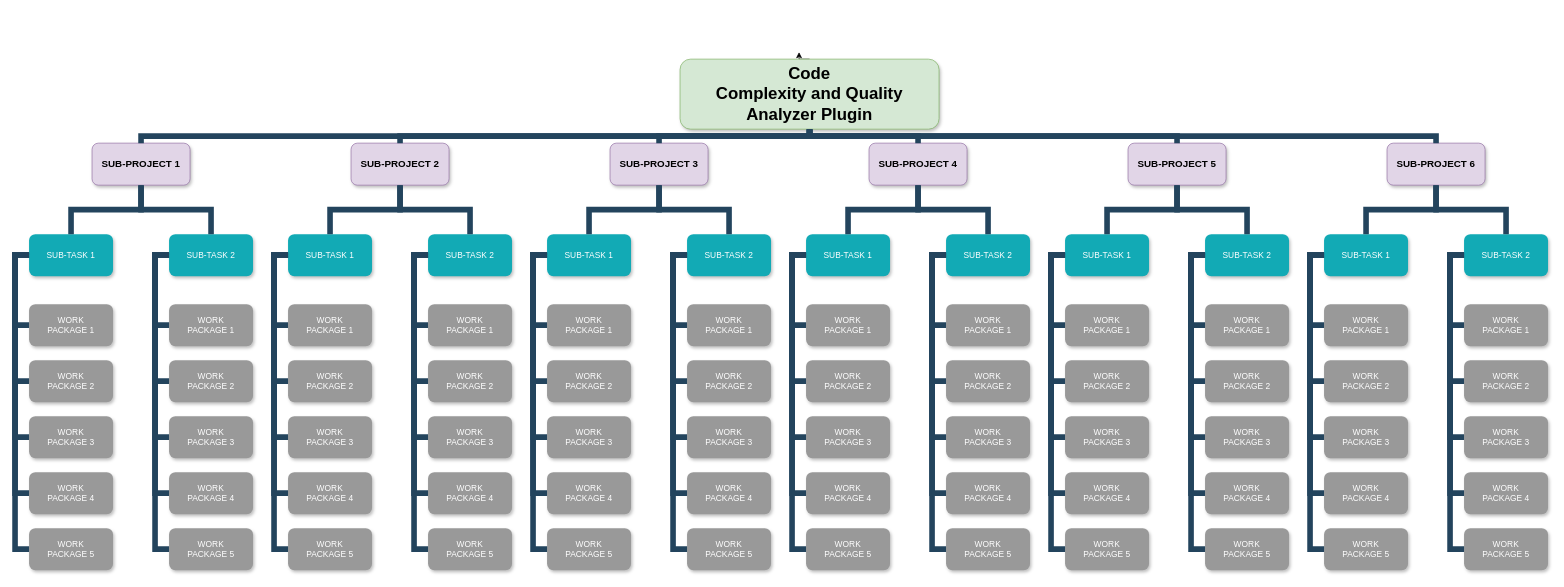
Above: Untitled Diagram.drawio in rovinyawijeramaofficial/ResearchProposalReport (draw.io), before the change. Source tidied: cells renumbered, new cells numbered last; positions are measured from the earlier drawing's top-left corner, leaving out a move shared by most shapes. Both pictures are drawn from the tidied source at 70%, with x=0, y=0 at pixel (15, 52).
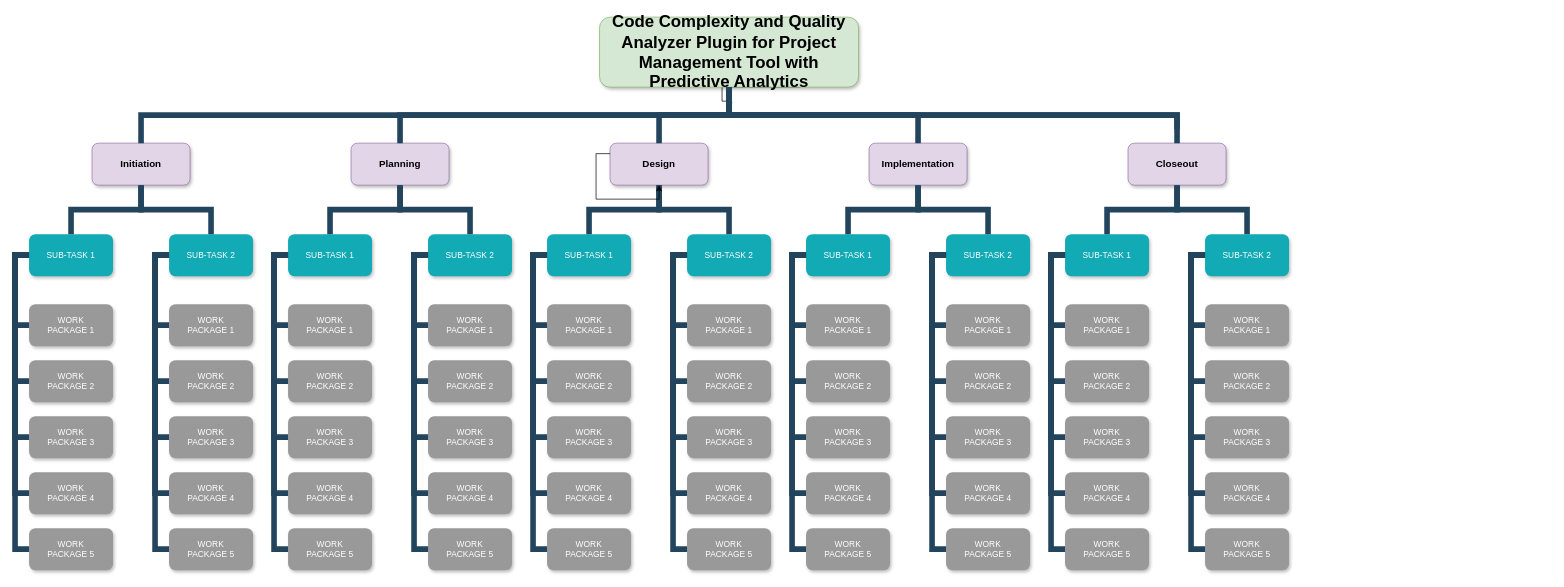
The same page after the edit.

The edit, as a diff of the source:
```diff
@@
     <mxCell id="2" style="edgeStyle=orthogonalEdgeStyle;rounded=0;jettySize=auto;html=1;exitX=1;exitY=0.5;exitDx=0;exitDy=0;" parent="1" edge="1" source="4">
       <mxGeometry relative="1" as="geometry">
-        <mxPoint x="1310" y="40" as="targetPoint" />
+        <mxPoint x="1020" y="80" as="targetPoint" />
+        <Array as="points">
+          <mxPoint x="1010" />
+          <mxPoint x="1010" y="70" />
+          <mxPoint x="1021" y="70" />
+          <mxPoint x="1021" y="80" />
+        </Array>
       </mxGeometry>
     </mxCell>
     <mxCell id="3" style="edgeStyle=orthogonalEdgeStyle;rounded=0;jettySize=auto;html=1;exitX=0.5;exitY=0;exitDx=0;exitDy=0;" parent="1" edge="1" source="4">
       <mxGeometry relative="1" as="geometry">
         <mxPoint x="1120" as="targetPoint" />
+        <Array as="points">
+          <mxPoint x="1020" y="50" />
+          <mxPoint x="1121" y="50" />
+          <mxPoint x="1121" />
+        </Array>
       </mxGeometry>
     </mxCell>
-    <mxCell id="4" value="Code&#10;Complexity and Quality Analyzer Plugin" style="whiteSpace=wrap;rounded=1;shadow=1;fillColor=#d5e8d4;strokeColor=#82b366;fontStyle=1;fontSize=24;" parent="1" vertex="1">
-      <mxGeometry x="950" y="10" width="370" height="100" as="geometry" />
+    <mxCell id="4" value="Code Complexity and Quality Analyzer Plugin for Project Management Tool with Predictive Analytics" style="whiteSpace=wrap;rounded=1;shadow=1;fillColor=#d5e8d4;strokeColor=#82b366;fontStyle=1;fontSize=24;" parent="1" vertex="1">
+      <mxGeometry x="835" y="-50" width="370" height="100" as="geometry" />
     </mxCell>
-    <mxCell id="5" value="SUB-PROJECT 1" style="whiteSpace=wrap;rounded=1;fillColor=#e1d5e7;strokeColor=#9673a6;shadow=1;fontStyle=1;fontSize=14;" parent="1" vertex="1">
+    <mxCell id="5" value="Initiation" style="whiteSpace=wrap;rounded=1;fillColor=#e1d5e7;strokeColor=#9673a6;shadow=1;fontStyle=1;fontSize=14;" parent="1" vertex="1">
       <mxGeometry x="110" y="130" width="140" height="60" as="geometry" />
     </mxCell>
-    <mxCell id="6" value="SUB-PROJECT 2" style="whiteSpace=wrap;rounded=1;fillColor=#e1d5e7;strokeColor=#9673a6;shadow=1;fontStyle=1;fontSize=14;" parent="1" vertex="1">
+    <mxCell id="6" value="Planning" style="whiteSpace=wrap;rounded=1;fillColor=#e1d5e7;strokeColor=#9673a6;shadow=1;fontStyle=1;fontSize=14;" parent="1" vertex="1">
       <mxGeometry x="480" y="130" width="140" height="60" as="geometry" />
     </mxCell>
-    <mxCell id="7" value="SUB-PROJECT 6" style="whiteSpace=wrap;rounded=1;fillColor=#e1d5e7;strokeColor=#9673a6;shadow=1;fontStyle=1;fontSize=14;" parent="1" vertex="1">
-      <mxGeometry x="1960" y="130" width="140" height="60" as="geometry" />
-    </mxCell>
-    <mxCell id="8" value="SUB-PROJECT 3" style="whiteSpace=wrap;rounded=1;fillColor=#e1d5e7;strokeColor=#9673a6;shadow=1;fontStyle=1;fontSize=14;" parent="1" vertex="1">
+    <mxCell id="8" value="Design" style="whiteSpace=wrap;rounded=1;fillColor=#e1d5e7;strokeColor=#9673a6;shadow=1;fontStyle=1;fontSize=14;" parent="1" vertex="1">
       <mxGeometry x="850" y="130" width="140" height="60" as="geometry" />
     </mxCell>
-    <mxCell id="9" value="SUB-PROJECT 4" style="whiteSpace=wrap;rounded=1;fillColor=#e1d5e7;strokeColor=#9673a6;shadow=1;fontStyle=1;fontSize=14;" parent="1" vertex="1">
+    <mxCell id="9" value="Implementation" style="whiteSpace=wrap;rounded=1;fillColor=#e1d5e7;strokeColor=#9673a6;shadow=1;fontStyle=1;fontSize=14;" parent="1" vertex="1">
       <mxGeometry x="1220" y="130" width="140" height="60" as="geometry" />
     </mxCell>
-    <mxCell id="10" value="SUB-PROJECT 5" style="whiteSpace=wrap;rounded=1;fillColor=#e1d5e7;strokeColor=#9673a6;shadow=1;fontStyle=1;fontSize=14;" parent="1" vertex="1">
+    <mxCell id="10" value="Closeout" style="whiteSpace=wrap;rounded=1;fillColor=#e1d5e7;strokeColor=#9673a6;shadow=1;fontStyle=1;fontSize=14;" parent="1" vertex="1">
       <mxGeometry x="1590" y="130" width="140" height="60" as="geometry" />
     </mxCell>
@@
-    <mxCell id="125" value="SUB-TASK 1" style="whiteSpace=wrap;rounded=1;fillColor=#12AAB5;strokeColor=none;shadow=1;fontColor=#FFFFFF;" parent="1" vertex="1">
-      <mxGeometry x="1870" y="260" width="120" height="60" as="geometry" />
-    </mxCell>
-    <mxCell id="126" value="SUB-TASK 2" style="whiteSpace=wrap;rounded=1;fillColor=#12AAB5;strokeColor=none;shadow=1;fontColor=#FFFFFF;" parent="1" vertex="1">
-      <mxGeometry x="2070" y="260" width="120" height="60" as="geometry" />
-    </mxCell>
-    <mxCell id="127" value="WORK&#10;PACKAGE 1" style="whiteSpace=wrap;rounded=1;fillColor=#999999;strokeColor=none;shadow=1;fontColor=#FFFFFF;fontStyle=0;" parent="1" vertex="1">
-      <mxGeometry x="1870" y="360" width="120" height="60" as="geometry" />
-    </mxCell>
-    <mxCell id="128" value="WORK&#10;PACKAGE 2" style="whiteSpace=wrap;rounded=1;fillColor=#999999;strokeColor=none;shadow=1;fontColor=#FFFFFF;fontStyle=0;" parent="1" vertex="1">
-      <mxGeometry x="1870" y="440" width="120" height="60" as="geometry" />
-    </mxCell>
-    <mxCell id="129" value="WORK&#10;PACKAGE 3" style="whiteSpace=wrap;rounded=1;fillColor=#999999;strokeColor=none;shadow=1;fontColor=#FFFFFF;fontStyle=0;" parent="1" vertex="1">
-      <mxGeometry x="1870" y="520" width="120" height="60" as="geometry" />
-    </mxCell>
-    <mxCell id="130" value="WORK&#10;PACKAGE 4" style="whiteSpace=wrap;rounded=1;fillColor=#999999;strokeColor=none;shadow=1;fontColor=#FFFFFF;fontStyle=0;" parent="1" vertex="1">
-      <mxGeometry x="1870" y="600" width="120" height="60" as="geometry" />
-    </mxCell>
-    <mxCell id="131" value="WORK&#10;PACKAGE 5" style="whiteSpace=wrap;rounded=1;fillColor=#999999;strokeColor=none;shadow=1;fontColor=#FFFFFF;fontStyle=0;" parent="1" vertex="1">
-      <mxGeometry x="1870" y="680" width="120" height="60" as="geometry" />
-    </mxCell>
-    <mxCell id="132" value="WORK&#10;PACKAGE 1" style="whiteSpace=wrap;rounded=1;fillColor=#999999;strokeColor=none;shadow=1;fontColor=#FFFFFF;fontStyle=0;" parent="1" vertex="1">
-      <mxGeometry x="2070" y="360" width="120" height="60" as="geometry" />
-    </mxCell>
-    <mxCell id="133" value="WORK&#10;PACKAGE 2" style="whiteSpace=wrap;rounded=1;fillColor=#999999;strokeColor=none;shadow=1;fontColor=#FFFFFF;fontStyle=0;" parent="1" vertex="1">
-      <mxGeometry x="2070" y="440" width="120" height="60" as="geometry" />
-    </mxCell>
-    <mxCell id="134" value="WORK&#10;PACKAGE 3" style="whiteSpace=wrap;rounded=1;fillColor=#999999;strokeColor=none;shadow=1;fontColor=#FFFFFF;fontStyle=0;" parent="1" vertex="1">
-      <mxGeometry x="2070" y="520" width="120" height="60" as="geometry" />
-    </mxCell>
-    <mxCell id="135" value="WORK&#10;PACKAGE 4" style="whiteSpace=wrap;rounded=1;fillColor=#999999;strokeColor=none;shadow=1;fontColor=#FFFFFF;fontStyle=0;" parent="1" vertex="1">
-      <mxGeometry x="2070" y="600" width="120" height="60" as="geometry" />
-    </mxCell>
-    <mxCell id="136" value="WORK&#10;PACKAGE 5" style="whiteSpace=wrap;rounded=1;fillColor=#999999;strokeColor=none;shadow=1;fontColor=#FFFFFF;fontStyle=0;" parent="1" vertex="1">
-      <mxGeometry x="2070" y="680" width="120" height="60" as="geometry" />
-    </mxCell>
-    <mxCell id="137" style="edgeStyle=elbowEdgeStyle;elbow=horizontal;rounded=0;fontColor=#000000;endArrow=none;endFill=0;strokeWidth=8;strokeColor=#23445D;" parent="1" edge="1" source="125" target="127">
-      <mxGeometry relative="1" as="geometry">
-        <Array as="points">
-          <mxPoint x="1850" y="340" />
-        </Array>
-      </mxGeometry>
-    </mxCell>
-    <mxCell id="138" style="edgeStyle=elbowEdgeStyle;elbow=horizontal;rounded=0;fontColor=#000000;endArrow=none;endFill=0;strokeWidth=8;strokeColor=#23445D;" parent="1" edge="1" source="125" target="128">
-      <mxGeometry relative="1" as="geometry">
-        <Array as="points">
-          <mxPoint x="1850" y="380" />
-        </Array>
-      </mxGeometry>
-    </mxCell>
-    <mxCell id="139" style="edgeStyle=elbowEdgeStyle;elbow=horizontal;rounded=0;fontColor=#000000;endArrow=none;endFill=0;strokeWidth=8;strokeColor=#23445D;" parent="1" edge="1" source="125" target="131">
-      <mxGeometry relative="1" as="geometry">
-        <Array as="points">
-          <mxPoint x="1850" y="510" />
-        </Array>
-      </mxGeometry>
-    </mxCell>
-    <mxCell id="140" style="edgeStyle=elbowEdgeStyle;elbow=horizontal;rounded=0;fontColor=#000000;endArrow=none;endFill=0;strokeWidth=8;strokeColor=#23445D;" parent="1" edge="1" source="125" target="130">
-      <mxGeometry relative="1" as="geometry">
-        <Array as="points">
-          <mxPoint x="1850" y="460" />
-        </Array>
-      </mxGeometry>
-    </mxCell>
-    <mxCell id="141" style="edgeStyle=elbowEdgeStyle;elbow=horizontal;rounded=0;fontColor=#000000;endArrow=none;endFill=0;strokeWidth=8;strokeColor=#23445D;" parent="1" edge="1" source="125" target="129">
-      <mxGeometry relative="1" as="geometry">
-        <Array as="points">
-          <mxPoint x="1850" y="430" />
-        </Array>
-      </mxGeometry>
-    </mxCell>
-    <mxCell id="142" style="edgeStyle=elbowEdgeStyle;elbow=horizontal;rounded=0;fontColor=#000000;endArrow=none;endFill=0;strokeWidth=8;strokeColor=#23445D;" parent="1" edge="1" source="126" target="132">
-      <mxGeometry relative="1" as="geometry">
-        <Array as="points">
-          <mxPoint x="2050" y="340" />
-        </Array>
-      </mxGeometry>
-    </mxCell>
-    <mxCell id="143" style="edgeStyle=elbowEdgeStyle;elbow=horizontal;rounded=0;fontColor=#000000;endArrow=none;endFill=0;strokeWidth=8;strokeColor=#23445D;" parent="1" edge="1" source="126" target="133">
-      <mxGeometry relative="1" as="geometry">
-        <Array as="points">
-          <mxPoint x="2050" y="380" />
-        </Array>
-      </mxGeometry>
-    </mxCell>
-    <mxCell id="144" style="edgeStyle=elbowEdgeStyle;elbow=horizontal;rounded=0;fontColor=#000000;endArrow=none;endFill=0;strokeWidth=8;strokeColor=#23445D;" parent="1" edge="1" source="126" target="136">
-      <mxGeometry relative="1" as="geometry">
-        <Array as="points">
-          <mxPoint x="2050" y="500" />
-        </Array>
-      </mxGeometry>
-    </mxCell>
-    <mxCell id="145" style="edgeStyle=elbowEdgeStyle;elbow=horizontal;rounded=0;fontColor=#000000;endArrow=none;endFill=0;strokeWidth=8;strokeColor=#23445D;" parent="1" edge="1" source="126" target="135">
-      <mxGeometry relative="1" as="geometry">
-        <Array as="points">
-          <mxPoint x="2050" y="460" />
-        </Array>
-      </mxGeometry>
-    </mxCell>
-    <mxCell id="146" style="edgeStyle=elbowEdgeStyle;elbow=horizontal;rounded=0;fontColor=#000000;endArrow=none;endFill=0;strokeWidth=8;strokeColor=#23445D;" parent="1" edge="1" source="126" target="134">
-      <mxGeometry relative="1" as="geometry">
-        <Array as="points">
-          <mxPoint x="2050" y="430" />
-        </Array>
-      </mxGeometry>
-    </mxCell>
@@
-    <mxCell id="153" style="edgeStyle=elbowEdgeStyle;elbow=vertical;rounded=0;fontColor=#000000;endArrow=none;endFill=0;strokeWidth=8;strokeColor=#23445D;" parent="1" edge="1" source="7" target="125">
-      <mxGeometry relative="1" as="geometry" />
-    </mxCell>
-    <mxCell id="154" style="edgeStyle=elbowEdgeStyle;elbow=vertical;rounded=0;fontColor=#000000;endArrow=none;endFill=0;strokeWidth=8;strokeColor=#23445D;" parent="1" edge="1" source="7" target="126">
-      <mxGeometry relative="1" as="geometry" />
-    </mxCell>
@@
-    <mxCell id="160" style="edgeStyle=elbowEdgeStyle;elbow=vertical;rounded=0;fontColor=#000000;endArrow=none;endFill=0;strokeWidth=8;strokeColor=#23445D;" parent="1" edge="1" source="4" target="7">
-      <mxGeometry relative="1" as="geometry" />
+    <mxCell id="160" style="edgeStyle=elbowEdgeStyle;elbow=vertical;rounded=0;fontColor=#000000;endArrow=none;endFill=0;strokeWidth=8;strokeColor=#23445D;" parent="1" edge="1" source="4">
+      <mxGeometry relative="1" as="geometry">
+        <mxPoint x="1660" y="110" as="targetPoint" />
+        <Array as="points">
+          <mxPoint x="1420" y="90" />
+        </Array>
+      </mxGeometry>
     </mxCell>
+    <mxCell id="161" style="edgeStyle=orthogonalEdgeStyle;rounded=0;orthogonalLoop=1;jettySize=auto;html=1;exitX=0;exitY=0.25;exitDx=0;exitDy=0;" parent="1" edge="1" source="8" target="8">
+      <mxGeometry relative="1" as="geometry" />
+    </mxCell>
```
